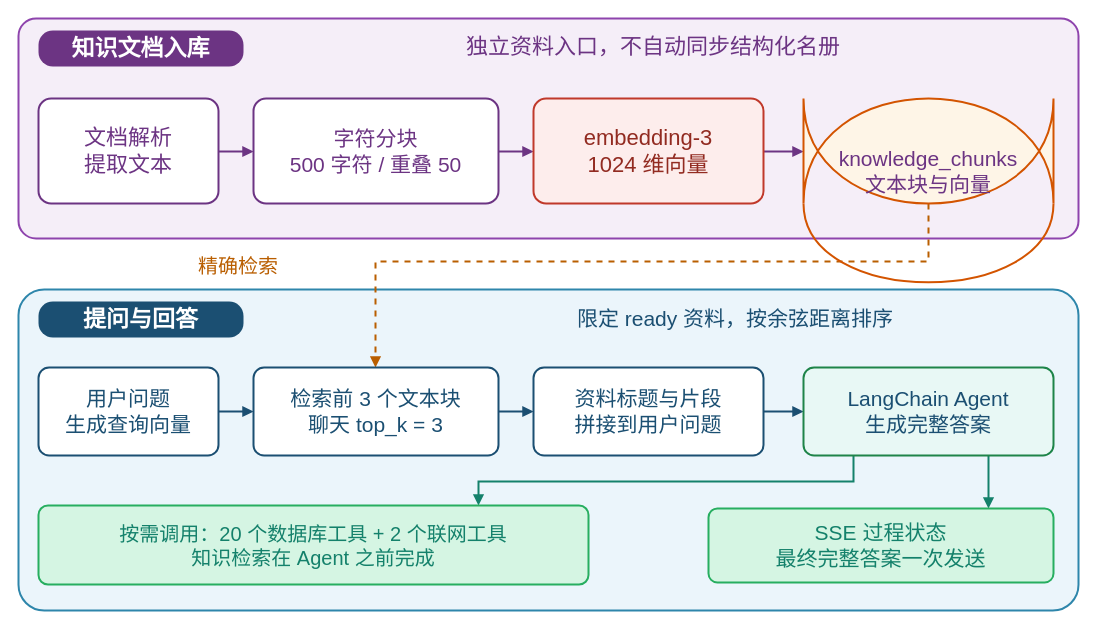
Before: paper/原图风格修订/figures/fig4-2.drawio in LCJM-85/ArchiveBridge, a draw.io diagram. Source tidied: cells renumbered, new cells numbered last; positions are measured from the earlier drawing's top-left corner, leaving out a move shared by most shapes. Both pictures are drawn from the tidied source at 100%, with x=0, y=0 at pixel (18, 18).
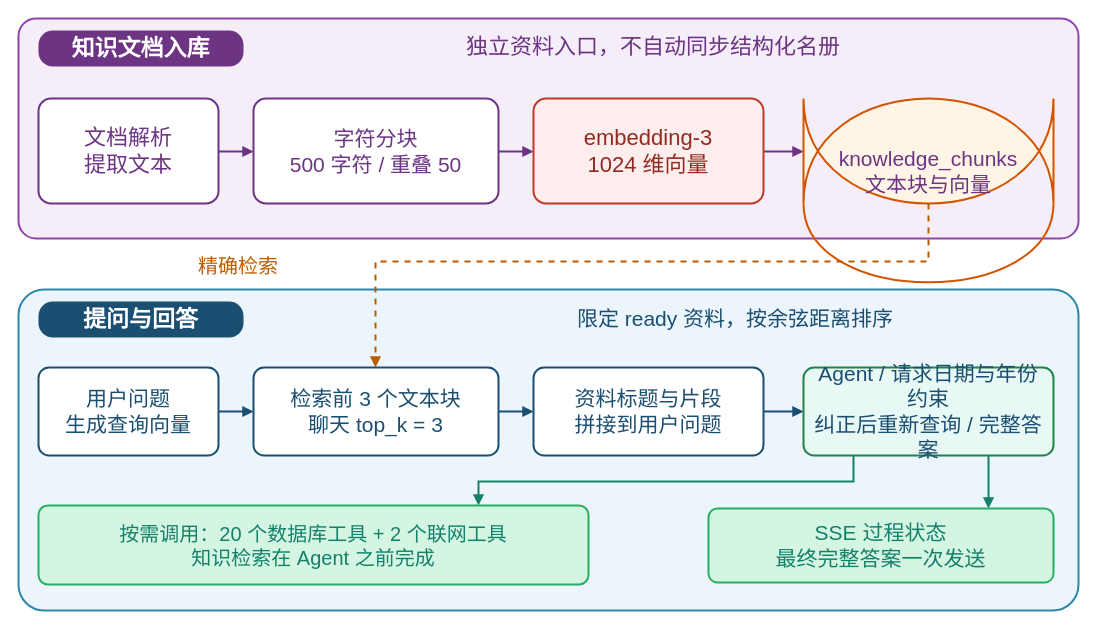
After the change.

Change to the diagram source:
```diff
@@
-    <mxCell id="24" value="LangChain Agent&lt;br&gt;生成完整答案" style="rounded=1;whiteSpace=wrap;html=1;arcSize=12;fillColor=#E8F8F5;strokeColor=#1E8449;strokeWidth=2;fontFamily=Microsoft YaHei;align=center;verticalAlign=middle;fontSize=21;fontStyle=0;spacing=8;fontColor=#1B4F72;dashed=0;" parent="1" vertex="1">
+    <mxCell id="24" value="Agent / 请求日期与年份约束&lt;br&gt;纠正后重新查询 / 完整答案" style="rounded=1;whiteSpace=wrap;html=1;arcSize=12;fillColor=#E8F8F5;strokeColor=#1E8449;strokeWidth=2;fontFamily=Microsoft YaHei;align=center;verticalAlign=middle;fontSize=21;fontStyle=0;spacing=8;fontColor=#1B4F72;dashed=0;" parent="1" vertex="1">
       <mxGeometry x="785" y="349" width="250" height="88" as="geometry" />
     </mxCell>
```
